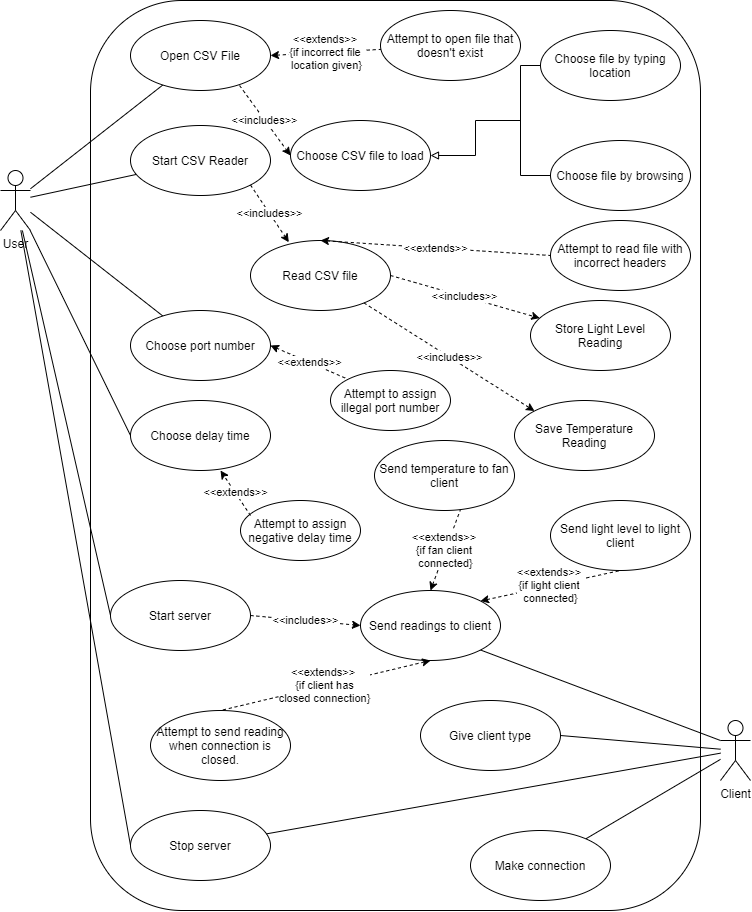
Before: documentation/uml_diagrams/png/server_use_case.png, a diagram exported from draw.io (miahatton/cis5027prac1). Source tidied: cells renumbered, new cells last; positions are measured from the earlier drawing's top-left corner, leaving out a move shared by most shapes.
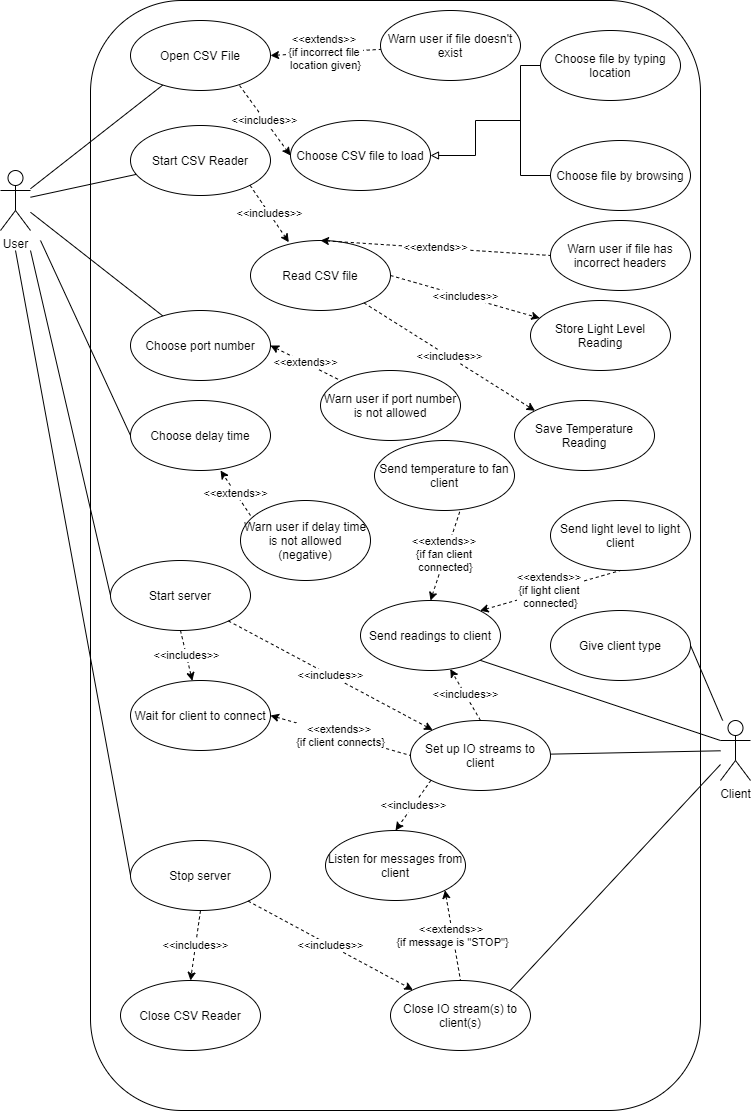
Above is the later version.

Commit message:
updates to uml diagrams

The edit, as a diff of the source:
```diff
@@ -3,7 +3,7 @@
     <mxCell id="0" />
     <mxCell id="1" parent="0" />
     <mxCell id="2" style="rounded=1;whiteSpace=wrap;html=1;" parent="1" vertex="1">
-      <mxGeometry x="90" width="610" height="910" as="geometry" />
+      <mxGeometry x="90" width="610" height="1110" as="geometry" />
     </mxCell>
     <mxCell id="3" style="edgeStyle=none;rounded=0;jettySize=auto;html=1;endArrow=none;endFill=0;" parent="1" edge="1" source="9" target="13">
       <mxGeometry relative="1" as="geometry" />
@@ -14,14 +14,20 @@
     <mxCell id="5" style="edgeStyle=none;rounded=0;jettySize=auto;html=1;endArrow=none;endFill=0;" parent="1" edge="1" source="9" target="15">
       <mxGeometry relative="1" as="geometry" />
     </mxCell>
-    <mxCell id="6" style="edgeStyle=none;rounded=0;jettySize=auto;html=1;endArrow=none;endFill=0;entryX=0;entryY=0.5;entryDx=0;entryDy=0;" parent="1" edge="1" source="9" target="16">
-      <mxGeometry relative="1" as="geometry" />
+    <mxCell id="6" style="edgeStyle=none;rounded=0;jettySize=auto;html=1;endArrow=none;endFill=0;entryX=0;entryY=0.5;entryDx=0;entryDy=0;" parent="1" edge="1" target="16">
+      <mxGeometry relative="1" as="geometry">
+        <mxPoint x="40" y="240" as="sourcePoint" />
+      </mxGeometry>
     </mxCell>
-    <mxCell id="7" style="edgeStyle=none;rounded=0;jettySize=auto;html=1;entryX=0;entryY=0.5;entryDx=0;entryDy=0;endArrow=none;endFill=0;" parent="1" edge="1" source="9" target="17">
-      <mxGeometry relative="1" as="geometry" />
+    <mxCell id="7" style="edgeStyle=none;rounded=0;jettySize=auto;html=1;entryX=0;entryY=0.5;entryDx=0;entryDy=0;endArrow=none;endFill=0;" parent="1" edge="1" target="17">
+      <mxGeometry relative="1" as="geometry">
+        <mxPoint x="30" y="250" as="sourcePoint" />
+      </mxGeometry>
     </mxCell>
-    <mxCell id="8" style="edgeStyle=none;rounded=0;jettySize=auto;html=1;entryX=0;entryY=0.5;entryDx=0;entryDy=0;endArrow=none;endFill=0;" parent="1" edge="1" source="9" target="18">
-      <mxGeometry relative="1" as="geometry" />
+    <mxCell id="8" style="edgeStyle=none;rounded=0;jettySize=auto;html=1;entryX=0;entryY=0.5;entryDx=0;entryDy=0;endArrow=none;endFill=0;" parent="1" edge="1" target="18">
+      <mxGeometry relative="1" as="geometry">
+        <mxPoint x="15" y="250" as="sourcePoint" />
+      </mxGeometry>
     </mxCell>
     <mxCell id="9" value="User" style="shape=umlActor;verticalLabelPosition=bottom;verticalAlign=top;html=1;" parent="1" vertex="1">
       <mxGeometry y="170" width="30" height="60" as="geometry" />
@@ -48,14 +54,11 @@
       <mxGeometry x="130" y="400" width="140" height="70" as="geometry" />
     </mxCell>
     <mxCell id="17" value="Start server" style="ellipse;whiteSpace=wrap;html=1;" parent="1" vertex="1">
-      <mxGeometry x="110" y="580" width="140" height="70" as="geometry" />
+      <mxGeometry x="110" y="560" width="140" height="70" as="geometry" />
     </mxCell>
     <mxCell id="18" value="Stop server" style="ellipse;whiteSpace=wrap;html=1;" parent="1" vertex="1">
-      <mxGeometry x="130" y="810" width="140" height="70" as="geometry" />
+      <mxGeometry x="130" y="840" width="140" height="70" as="geometry" />
     </mxCell>
-    <mxCell id="19" style="edgeStyle=none;rounded=0;jettySize=auto;html=1;endArrow=none;endFill=0;" parent="1" edge="1" source="22" target="18">
-      <mxGeometry relative="1" as="geometry" />
-    </mxCell>
     <mxCell id="20" style="edgeStyle=none;rounded=0;jettySize=auto;html=1;entryX=1;entryY=0.5;entryDx=0;entryDy=0;endArrow=none;endFill=0;" parent="1" edge="1" source="22" target="29">
       <mxGeometry relative="1" as="geometry" />
     </mxCell>
@@ -74,17 +77,17 @@
     <mxCell id="25" value="Store Light Level Reading" style="ellipse;whiteSpace=wrap;html=1;" parent="1" vertex="1">
       <mxGeometry x="530" y="300" width="140" height="70" as="geometry" />
     </mxCell>
-    <mxCell id="26" value="Make connection" style="ellipse;whiteSpace=wrap;html=1;" parent="1" vertex="1">
-      <mxGeometry x="470" y="830" width="140" height="70" as="geometry" />
+    <mxCell id="26" value="Set up IO streams to client" style="ellipse;whiteSpace=wrap;html=1;" parent="1" vertex="1">
+      <mxGeometry x="410" y="720" width="140" height="70" as="geometry" />
     </mxCell>
     <mxCell id="27" style="edgeStyle=none;rounded=0;jettySize=auto;html=1;exitX=1;exitY=1;exitDx=0;exitDy=0;entryX=0;entryY=0.3333333333333333;entryDx=0;entryDy=0;entryPerimeter=0;startArrow=none;startFill=0;endArrow=none;endFill=0;strokeWidth=1;" parent="1" edge="1" source="28" target="22">
       <mxGeometry relative="1" as="geometry" />
     </mxCell>
     <mxCell id="28" value="Send readings to client" style="ellipse;whiteSpace=wrap;html=1;" parent="1" vertex="1">
-      <mxGeometry x="360" y="590" width="140" height="70" as="geometry" />
+      <mxGeometry x="360" y="600" width="140" height="70" as="geometry" />
     </mxCell>
     <mxCell id="29" value="Give client type" style="ellipse;whiteSpace=wrap;html=1;" parent="1" vertex="1">
-      <mxGeometry x="420" y="700" width="140" height="70" as="geometry" />
+      <mxGeometry x="550" y="610" width="140" height="70" as="geometry" />
     </mxCell>
     <mxCell id="30" value="Send temperature to fan client" style="ellipse;whiteSpace=wrap;html=1;" parent="1" vertex="1">
       <mxGeometry x="374" y="440" width="140" height="70" as="geometry" />
@@ -106,10 +109,10 @@
     <mxCell id="35" value="Choose file by browsing" style="ellipse;whiteSpace=wrap;html=1;" parent="1" vertex="1">
       <mxGeometry x="550" y="140" width="140" height="70" as="geometry" />
     </mxCell>
-    <mxCell id="36" value="&amp;lt;&amp;lt;includes&amp;gt;&amp;gt;" style="rounded=0;jettySize=auto;html=1;exitX=1;exitY=0.5;exitDx=0;exitDy=0;dashed=1;entryX=0;entryY=0.5;entryDx=0;entryDy=0;" parent="1" edge="1" source="17" target="28">
+    <mxCell id="36" value="&amp;lt;&amp;lt;includes&amp;gt;&amp;gt;" style="rounded=0;jettySize=auto;html=1;exitX=0.5;exitY=0;exitDx=0;exitDy=0;dashed=1;" parent="1" edge="1" source="26" target="28">
       <mxGeometry relative="1" as="geometry" />
     </mxCell>
-    <mxCell id="37" value="Attempt to open file that doesn't exist" style="ellipse;whiteSpace=wrap;html=1;" parent="1" vertex="1">
+    <mxCell id="37" value="Warn user if file doesn't exist" style="ellipse;whiteSpace=wrap;html=1;" parent="1" vertex="1">
       <mxGeometry x="380" y="10" width="140" height="70" as="geometry" />
     </mxCell>
     <mxCell id="38" value="&amp;lt;&amp;lt;includes&amp;gt;&amp;gt;" style="rounded=0;jettySize=auto;html=1;exitX=1;exitY=1;exitDx=0;exitDy=0;dashed=1;" parent="1" edge="1" source="14">
@@ -123,14 +126,14 @@
     <mxCell id="40" value="&amp;lt;&amp;lt;includes&amp;gt;&amp;gt;" style="rounded=0;jettySize=auto;html=1;dashed=1;entryX=0;entryY=0;entryDx=0;entryDy=0;" parent="1" edge="1" source="23" target="24">
       <mxGeometry relative="1" as="geometry" />
     </mxCell>
-    <mxCell id="41" value="Attempt to assign illegal port number" style="ellipse;whiteSpace=wrap;html=1;" parent="1" vertex="1">
-      <mxGeometry x="330" y="370" width="120" height="60" as="geometry" />
+    <mxCell id="41" value="Warn user if port number is not allowed" style="ellipse;whiteSpace=wrap;html=1;" parent="1" vertex="1">
+      <mxGeometry x="320" y="370" width="140" height="70" as="geometry" />
     </mxCell>
     <mxCell id="42" value="&amp;lt;&amp;lt;extends&amp;gt;&amp;gt;" style="rounded=0;jettySize=auto;html=1;exitX=1;exitY=0.5;exitDx=0;exitDy=0;dashed=1;entryX=0;entryY=0;entryDx=0;entryDy=0;endArrow=none;endFill=0;startArrow=classic;startFill=1;" parent="1" edge="1" source="15" target="41">
       <mxGeometry relative="1" as="geometry" />
     </mxCell>
-    <mxCell id="43" value="Attempt to assign negative delay time" style="ellipse;whiteSpace=wrap;html=1;" parent="1" vertex="1">
-      <mxGeometry x="240" y="500" width="120" height="60" as="geometry" />
+    <mxCell id="43" value="Warn user if delay time is not allowed (negative)" style="ellipse;whiteSpace=wrap;html=1;" parent="1" vertex="1">
+      <mxGeometry x="240" y="500" width="130" height="80" as="geometry" />
     </mxCell>
     <mxCell id="44" value="&amp;lt;&amp;lt;extends&amp;gt;&amp;gt;" style="rounded=0;jettySize=auto;html=1;exitX=0;exitY=0.5;exitDx=0;exitDy=0;dashed=1;entryX=0.643;entryY=1;entryDx=0;entryDy=0;endArrow=classic;endFill=1;startArrow=none;startFill=0;entryPerimeter=0;" parent="1" edge="1" target="16">
       <mxGeometry relative="1" as="geometry">
@@ -143,17 +146,49 @@
     <mxCell id="46" value="&amp;lt;&amp;lt;extends&amp;gt;&amp;gt;&amp;nbsp;&lt;br&gt;{if light client &lt;br&gt;connected}" style="rounded=0;jettySize=auto;html=1;exitX=1;exitY=0;exitDx=0;exitDy=0;dashed=1;endArrow=none;endFill=0;startArrow=classic;startFill=1;entryX=0.5;entryY=1;entryDx=0;entryDy=0;" parent="1" edge="1" source="28" target="31">
       <mxGeometry relative="1" as="geometry" />
     </mxCell>
-    <mxCell id="47" value="Attempt to read file with incorrect headers" style="ellipse;whiteSpace=wrap;html=1;" parent="1" vertex="1">
+    <mxCell id="47" value="Warn user if file has incorrect headers" style="ellipse;whiteSpace=wrap;html=1;" parent="1" vertex="1">
       <mxGeometry x="550" y="220" width="140" height="70" as="geometry" />
     </mxCell>
     <mxCell id="48" value="&amp;lt;&amp;lt;extends&amp;gt;&amp;gt;" style="rounded=0;jettySize=auto;html=1;exitX=0.5;exitY=0;exitDx=0;exitDy=0;dashed=1;entryX=0;entryY=0.5;entryDx=0;entryDy=0;endArrow=none;endFill=0;startArrow=classic;startFill=1;" parent="1" edge="1" source="23" target="47">
       <mxGeometry relative="1" as="geometry" />
     </mxCell>
-    <mxCell id="49" value="Attempt to send reading when connection is closed." style="ellipse;whiteSpace=wrap;html=1;" parent="1" vertex="1">
-      <mxGeometry x="150" y="710" width="140" height="70" as="geometry" />
-    </mxCell>
-    <mxCell id="50" value="&amp;lt;&amp;lt;extends&amp;gt;&amp;gt;&amp;nbsp;&lt;br&gt;{if client has&lt;br&gt;closed connection}" style="rounded=0;jettySize=auto;html=1;dashed=1;endArrow=none;endFill=0;startArrow=classic;startFill=1;entryX=0.5;entryY=0;entryDx=0;entryDy=0;exitX=0.5;exitY=1;exitDx=0;exitDy=0;" parent="1" edge="1" source="28" target="49">
-      <mxGeometry relative="1" as="geometry" />
-    </mxCell>
+    <mxCell id="51" value="Close IO stream(s) to client(s)" style="ellipse;whiteSpace=wrap;html=1;" parent="1" vertex="1">
+      <mxGeometry x="390" y="980" width="140" height="70" as="geometry" />
+    </mxCell>
+    <mxCell id="52" style="edgeStyle=none;rounded=0;jettySize=auto;html=1;endArrow=none;endFill=0;entryX=1;entryY=0;entryDx=0;entryDy=0;" parent="1" edge="1" target="51">
+      <mxGeometry relative="1" as="geometry">
+        <mxPoint x="720" y="764" as="sourcePoint" />
+      </mxGeometry>
+    </mxCell>
+    <mxCell id="53" value="&amp;lt;&amp;lt;includes&amp;gt;&amp;gt;" style="rounded=0;jettySize=auto;html=1;dashed=1;" parent="1" edge="1" source="18" target="51">
+      <mxGeometry relative="1" as="geometry" />
+    </mxCell>
+    <mxCell id="54" value="Close CSV Reader" style="ellipse;whiteSpace=wrap;html=1;" parent="1" vertex="1">
+      <mxGeometry x="120" y="980" width="140" height="70" as="geometry" />
+    </mxCell>
+    <mxCell id="55" value="&amp;lt;&amp;lt;includes&amp;gt;&amp;gt;" style="rounded=0;jettySize=auto;html=1;dashed=1;exitX=0.5;exitY=1;exitDx=0;exitDy=0;entryX=0.5;entryY=0;entryDx=0;entryDy=0;" parent="1" edge="1" source="18" target="54">
+      <mxGeometry relative="1" as="geometry" />
+    </mxCell>
+    <mxCell id="56" value="Listen for messages from client" style="ellipse;whiteSpace=wrap;html=1;" parent="1" vertex="1">
+      <mxGeometry x="325" y="830" width="140" height="70" as="geometry" />
+    </mxCell>
+    <mxCell id="57" value="&amp;lt;&amp;lt;includes&amp;gt;&amp;gt;" style="rounded=0;jettySize=auto;html=1;exitX=0;exitY=1;exitDx=0;exitDy=0;dashed=1;entryX=0.5;entryY=0;entryDx=0;entryDy=0;" parent="1" edge="1" source="26" target="56">
+      <mxGeometry relative="1" as="geometry" />
+    </mxCell>
+    <mxCell id="58" value="&amp;lt;&amp;lt;extends&amp;gt;&amp;gt;&amp;nbsp;&lt;br&gt;{if message is &quot;STOP&quot;}" style="rounded=0;jettySize=auto;html=1;dashed=1;endArrow=none;endFill=0;startArrow=classic;startFill=1;exitX=1;exitY=1;exitDx=0;exitDy=0;entryX=0.5;entryY=0;entryDx=0;entryDy=0;" parent="1" edge="1" source="56" target="51">
+      <mxGeometry relative="1" as="geometry" />
+    </mxCell>
+    <mxCell id="59" value="&amp;lt;&amp;lt;includes&amp;gt;&amp;gt;" style="rounded=0;jettySize=auto;html=1;dashed=1;" parent="1" edge="1" source="17" target="26">
+      <mxGeometry relative="1" as="geometry" />
+    </mxCell>
+    <mxCell id="60" value="Wait for client to connect" style="ellipse;whiteSpace=wrap;html=1;" parent="1" vertex="1">
+      <mxGeometry x="130" y="680" width="140" height="70" as="geometry" />
+    </mxCell>
+    <mxCell id="61" value="&amp;lt;&amp;lt;includes&amp;gt;&amp;gt;" style="rounded=0;jettySize=auto;html=1;dashed=1;exitX=0.5;exitY=1;exitDx=0;exitDy=0;" parent="1" edge="1" source="17" target="60">
+      <mxGeometry relative="1" as="geometry" />
+    </mxCell>
+    <mxCell id="62" value="&amp;lt;&amp;lt;extends&amp;gt;&amp;gt;&amp;nbsp;&lt;br&gt;{if client connects}" style="rounded=0;jettySize=auto;html=1;dashed=1;endArrow=none;endFill=0;startArrow=classic;startFill=1;exitX=1;exitY=0.5;exitDx=0;exitDy=0;entryX=0;entryY=0.5;entryDx=0;entryDy=0;" parent="1" edge="1" source="60" target="26">
+      <mxGeometry relative="1" as="geometry" />
+    </mxCell>
   </root>
 </mxGraphModel>
```
